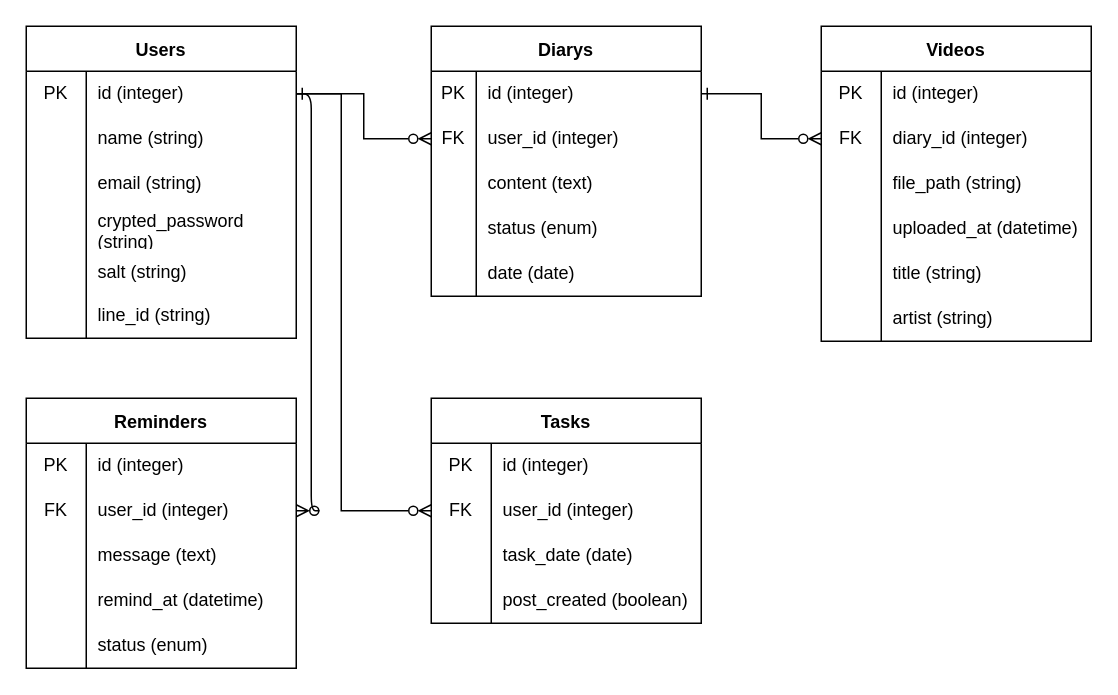
Above: er.drawio in ShimazakiHiromu/development (draw.io), before the change. Source tidied: cells renumbered, new cells numbered last; positions are measured from the earlier drawing's top-left corner, leaving out a move shared by most shapes. Both pictures are drawn from the tidied source at 150%, with x=0, y=0 at pixel (26, 26).
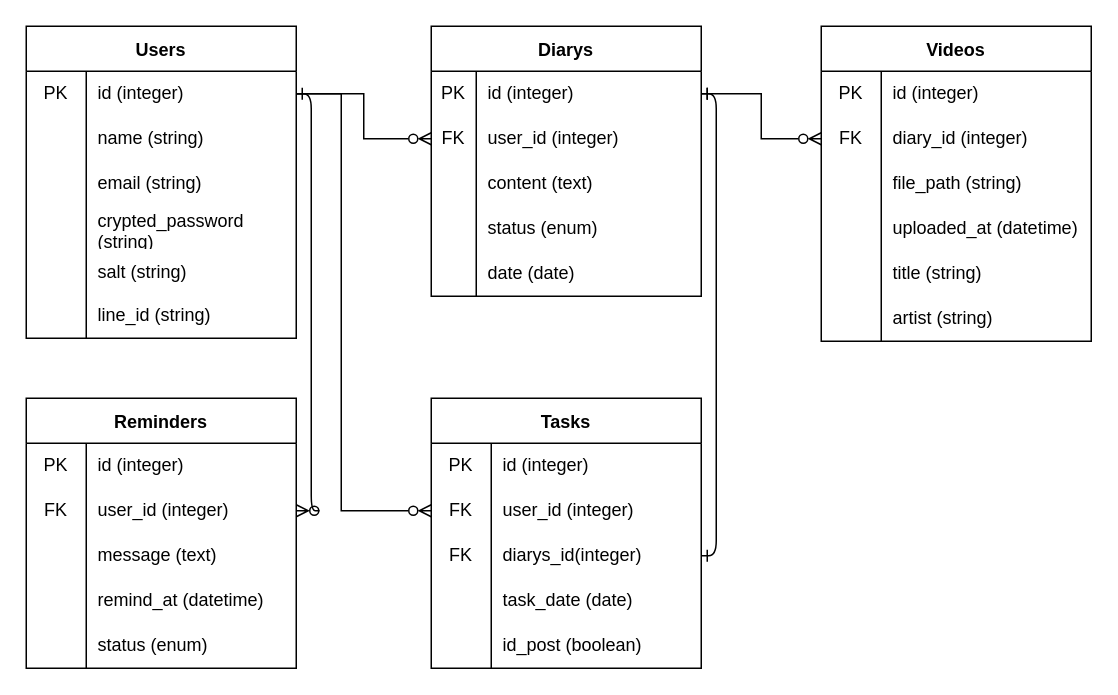
Above is the later version.

Commit message (it also covers changes not shown here):
修正しました

Unchanged cells that the change refers to:
```xml
<mxCell id="22" style="shape=tableRow;horizontal=0;startSize=0;swimlaneHead=0;swimlaneBody=0;top=0;left=0;bottom=0;right=0;fillColor=none;points=[[0,0.5],[1,0.5]];portConstraint=eastwest;" parent="21" vertex="1">
  <mxGeometry y="30" width="180" height="30" as="geometry" />
</mxCell>
```

The edit, as a diff of the source:
```diff
@@
     <mxCell id="76" value="Tasks" style="shape=table;startSize=30;childLayout=tableLayout;rowLines=0;fontStyle=1;" parent="1" vertex="1">
-      <mxGeometry x="270" y="248" width="180" height="150" as="geometry" />
+      <mxGeometry x="270" y="248" width="180" height="180" as="geometry" />
     </mxCell>
@@
+    <mxCell id="90" style="shape=tableRow;horizontal=0;startSize=0;swimlaneHead=0;swimlaneBody=0;top=0;left=0;bottom=0;right=0;fillColor=none;points=[[0,0.5],[1,0.5]];portConstraint=eastwest;" parent="76" vertex="1">
+      <mxGeometry y="90" width="180" height="30" as="geometry" />
+    </mxCell>
+    <mxCell id="91" value="FK" style="shape=partialRectangle;html=1;whiteSpace=wrap;fillColor=none;top=0;left=0;bottom=0;right=0;overflow=hidden;" parent="90" vertex="1">
+      <mxGeometry width="40" height="30" as="geometry" />
+    </mxCell>
+    <mxCell id="92" value="diarys_id(integer)" style="shape=partialRectangle;html=1;whiteSpace=wrap;fillColor=none;top=0;left=0;bottom=0;right=0;align=left;spacingLeft=6;overflow=hidden;" parent="90" vertex="1">
+      <mxGeometry x="40" width="140" height="30" as="geometry" />
+    </mxCell>
     <mxCell id="83" style="shape=tableRow;horizontal=0;startSize=0;swimlaneHead=0;swimlaneBody=0;top=0;left=0;bottom=0;right=0;fillColor=none;" parent="76" vertex="1">
-      <mxGeometry y="90" width="180" height="30" as="geometry" />
+      <mxGeometry y="120" width="180" height="30" as="geometry" />
     </mxCell>
@@
     <mxCell id="86" style="shape=tableRow;horizontal=0;startSize=0;swimlaneHead=0;swimlaneBody=0;top=0;left=0;bottom=0;right=0;fillColor=none;" parent="76" vertex="1">
-      <mxGeometry y="120" width="180" height="30" as="geometry" />
+      <mxGeometry y="150" width="180" height="30" as="geometry" />
     </mxCell>
@@
-    <mxCell id="88" value="post_created (boolean)" style="shape=partialRectangle;html=1;whiteSpace=wrap;fillColor=none;top=0;left=0;bottom=0;right=0;align=left;spacingLeft=6;overflow=hidden;" parent="86" vertex="1">
+    <mxCell id="88" value="id_post (boolean)" style="shape=partialRectangle;html=1;whiteSpace=wrap;fillColor=none;top=0;left=0;bottom=0;right=0;align=left;spacingLeft=6;overflow=hidden;" parent="86" vertex="1">
       <mxGeometry x="40" width="140" height="30" as="geometry" />
     </mxCell>
@@
+    <mxCell id="93" style="edgeStyle=orthogonalEdgeStyle;html=1;entryX=1;entryY=0.5;entryDx=0;entryDy=0;endArrow=ERone;endFill=0;startArrow=ERone;startFill=0;" parent="1" edge="1" source="22" target="90">
+      <mxGeometry relative="1" as="geometry">
+        <Array as="points">
+          <mxPoint x="460" y="45" />
+          <mxPoint x="460" y="353" />
+        </Array>
+      </mxGeometry>
+    </mxCell>
```
